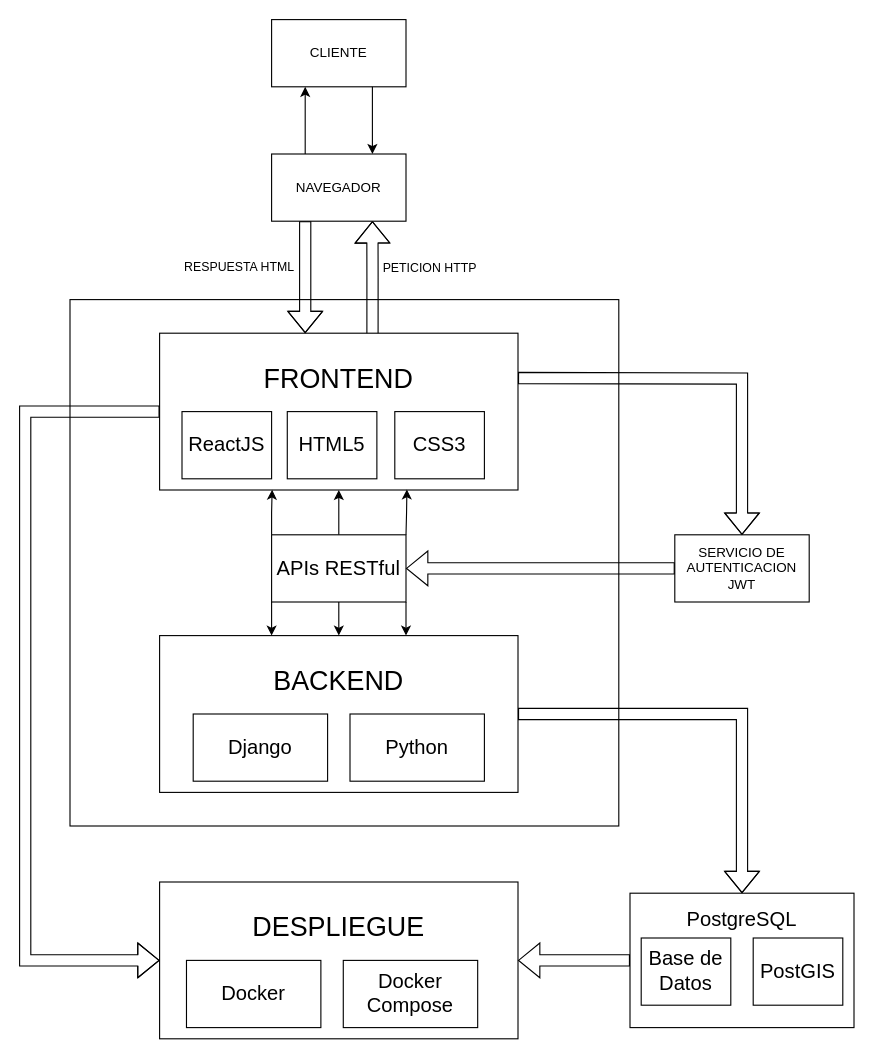
Above: Diagrama Arquitectura de Alto Nivel.drawio in 18luisc/Attenzio (draw.io), before the change. Source tidied: cells renumbered, new cells numbered last; positions are measured from the earlier drawing's top-left corner, leaving out a move shared by most shapes. Both pictures are drawn from the tidied source at 112%, with x=0, y=0 at pixel (25, 19).
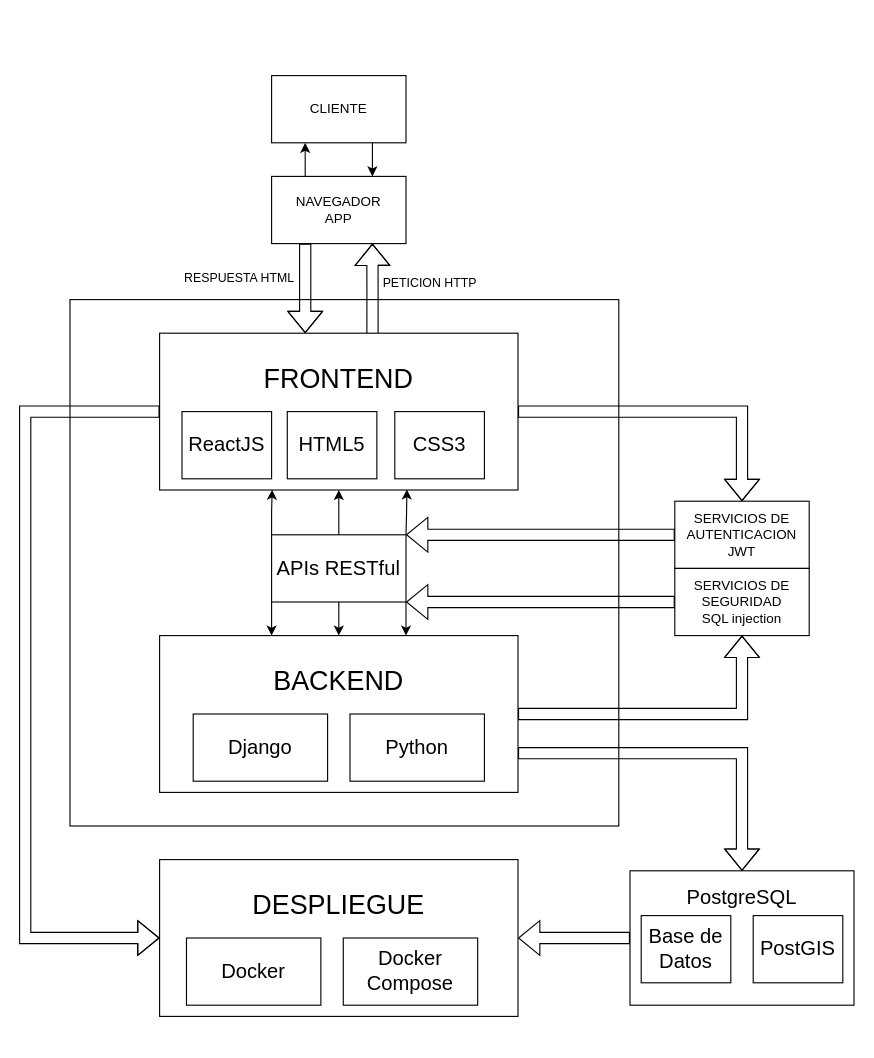
The same diagram, later.

Commit message:
Se agregan servicios de seguridad

Unchanged cells that the change refers to:
```xml
<mxCell id="5" value="&lt;font style=&quot;font-size: 24px;&quot;&gt;FRONTEND&lt;/font&gt;&lt;div&gt;&lt;br&gt;&lt;/div&gt;&lt;div&gt;&lt;br&gt;&lt;/div&gt;&lt;div&gt;&lt;br&gt;&lt;/div&gt;&lt;div&gt;&lt;br&gt;&lt;/div&gt;" style="rounded=0;whiteSpace=wrap;html=1;" parent="1" vertex="1">
  <mxGeometry x="120" y="280" width="320" height="140" as="geometry" />
</mxCell>
<mxCell id="7" value="&lt;div&gt;&lt;span style=&quot;font-size: 24px;&quot;&gt;BACKEND&lt;/span&gt;&lt;/div&gt;&lt;div&gt;&lt;span style=&quot;font-size: 24px;&quot;&gt;&lt;br&gt;&lt;/span&gt;&lt;/div&gt;&lt;div&gt;&lt;span style=&quot;font-size: 24px;&quot;&gt;&lt;br&gt;&lt;/span&gt;&lt;/div&gt;" style="rounded=0;whiteSpace=wrap;html=1;" parent="1" vertex="1">
  <mxGeometry x="120" y="550" width="320" height="140" as="geometry" />
</mxCell>
<mxCell id="11" value="&lt;font style=&quot;font-size: 18px;&quot;&gt;APIs RESTful&lt;/font&gt;" style="rounded=0;whiteSpace=wrap;html=1;" parent="1" vertex="1">
  <mxGeometry x="220" y="460" width="120" height="60" as="geometry" />
</mxCell>
```

Change to the diagram source:
```diff
@@
     <mxCell id="12" value="CLIENTE" style="rounded=0;whiteSpace=wrap;html=1;" parent="1" vertex="1">
-      <mxGeometry x="220" width="120" height="60" as="geometry" />
+      <mxGeometry x="220" y="50" width="120" height="60" as="geometry" />
     </mxCell>
-    <mxCell id="13" value="SERVICIO DE AUTENTICACION&lt;div&gt;JWT&lt;/div&gt;" style="rounded=0;whiteSpace=wrap;html=1;" parent="1" vertex="1">
-      <mxGeometry x="580" y="460" width="120" height="60" as="geometry" />
+    <mxCell id="13" value="SERVICIOS DE AUTENTICACION&lt;div&gt;JWT&lt;/div&gt;" style="rounded=0;whiteSpace=wrap;html=1;" parent="1" vertex="1">
+      <mxGeometry x="580" y="430" width="120" height="60" as="geometry" />
     </mxCell>
@@
-    <mxCell id="15" value="NAVEGADOR" style="rounded=0;whiteSpace=wrap;html=1;" parent="1" vertex="1">
-      <mxGeometry x="220" y="120" width="120" height="60" as="geometry" />
+    <mxCell id="15" value="NAVEGADOR&lt;div&gt;APP&lt;/div&gt;" style="rounded=0;whiteSpace=wrap;html=1;" parent="1" vertex="1">
+      <mxGeometry x="220" y="140" width="120" height="60" as="geometry" />
     </mxCell>
     <mxCell id="16" value="&lt;span style=&quot;font-size: 18px;&quot;&gt;PostgreSQL&lt;/span&gt;&lt;div&gt;&lt;span style=&quot;font-size: 18px;&quot;&gt;&lt;br&gt;&lt;/span&gt;&lt;/div&gt;&lt;div&gt;&lt;span style=&quot;font-size: 18px;&quot;&gt;&lt;br&gt;&lt;/span&gt;&lt;/div&gt;&lt;div&gt;&lt;br&gt;&lt;/div&gt;&lt;div&gt;&lt;br&gt;&lt;/div&gt;" style="rounded=0;whiteSpace=wrap;html=1;" parent="1" vertex="1">
-      <mxGeometry x="540" y="780" width="200" height="120" as="geometry" />
+      <mxGeometry x="540" y="760" width="200" height="120" as="geometry" />
     </mxCell>
@@
     <mxCell id="19" value="RESPUESTA HTML" style="edgeLabel;html=1;align=center;verticalAlign=middle;" parent="1" vertex="1">
-      <mxGeometry x="190" y="220" as="geometry" />
+      <mxGeometry x="190" y="230" as="geometry" />
     </mxCell>
@@
-    <mxCell id="22" style="shape=flexArrow;endArrow=classic;html=1;rounded=0;entryX=0.5;entryY=0;entryDx=0;entryDy=0;edgeStyle=orthogonalEdgeStyle;" parent="1" edge="1" target="13">
-      <mxGeometry relative="1" as="geometry">
-        <mxPoint x="440" y="320" as="sourcePoint" />
-      </mxGeometry>
+    <mxCell id="22" style="shape=flexArrow;endArrow=classic;html=1;rounded=0;entryX=0.5;entryY=0;entryDx=0;entryDy=0;edgeStyle=orthogonalEdgeStyle;exitX=1;exitY=0.5;exitDx=0;exitDy=0;" parent="1" edge="1" source="5" target="13">
+      <mxGeometry relative="1" as="geometry" />
     </mxCell>
@@
-    <mxCell id="27" style="shape=flexArrow;endArrow=classic;html=1;rounded=0;entryX=1;entryY=0.5;entryDx=0;entryDy=0;exitX=0;exitY=0.5;exitDx=0;exitDy=0;" parent="1" edge="1" source="13" target="11">
+    <mxCell id="27" style="shape=flexArrow;endArrow=classic;html=1;rounded=0;entryX=1;entryY=0;entryDx=0;entryDy=0;exitX=0;exitY=0.5;exitDx=0;exitDy=0;" parent="1" edge="1" source="13" target="11">
       <mxGeometry relative="1" as="geometry" />
     </mxCell>
     <mxCell id="28" value="&lt;span style=&quot;font-size: 24px;&quot;&gt;DESPLIEGUE&lt;/span&gt;&lt;div&gt;&lt;span style=&quot;font-size: 24px;&quot;&gt;&lt;br&gt;&lt;/span&gt;&lt;/div&gt;&lt;div&gt;&lt;span style=&quot;font-size: 24px;&quot;&gt;&lt;br&gt;&lt;/span&gt;&lt;/div&gt;" style="rounded=0;whiteSpace=wrap;html=1;" parent="1" vertex="1">
-      <mxGeometry x="120" y="770" width="320" height="140" as="geometry" />
+      <mxGeometry x="120" y="750" width="320" height="140" as="geometry" />
     </mxCell>
     <mxCell id="29" value="&lt;span style=&quot;font-size: 18px;&quot;&gt;Docker&lt;/span&gt;" style="rounded=0;whiteSpace=wrap;html=1;" parent="1" vertex="1">
-      <mxGeometry x="144" y="840" width="120" height="60" as="geometry" />
+      <mxGeometry x="144" y="820" width="120" height="60" as="geometry" />
     </mxCell>
     <mxCell id="30" value="&lt;span style=&quot;font-size: 18px;&quot;&gt;Docker Compose&lt;/span&gt;" style="rounded=0;whiteSpace=wrap;html=1;" parent="1" vertex="1">
-      <mxGeometry x="284" y="840" width="120" height="60" as="geometry" />
+      <mxGeometry x="284" y="820" width="120" height="60" as="geometry" />
     </mxCell>
     <mxCell id="31" value="&lt;font style=&quot;font-size: 18px;&quot;&gt;Base de Datos&lt;/font&gt;" style="rounded=0;whiteSpace=wrap;html=1;" parent="1" vertex="1">
-      <mxGeometry x="550" y="820" width="80" height="60" as="geometry" />
+      <mxGeometry x="550" y="800" width="80" height="60" as="geometry" />
     </mxCell>
     <mxCell id="32" value="&lt;font style=&quot;font-size: 18px;&quot;&gt;PostGIS&lt;/font&gt;" style="rounded=0;whiteSpace=wrap;html=1;" parent="1" vertex="1">
-      <mxGeometry x="650" y="820" width="80" height="60" as="geometry" />
+      <mxGeometry x="650" y="800" width="80" height="60" as="geometry" />
     </mxCell>
@@
-    <mxCell id="34" style="shape=flexArrow;endArrow=classic;html=1;rounded=0;exitX=1;exitY=0.5;exitDx=0;exitDy=0;entryX=0.5;entryY=0;entryDx=0;entryDy=0;edgeStyle=orthogonalEdgeStyle;" parent="1" edge="1" source="7" target="16">
+    <mxCell id="34" style="shape=flexArrow;endArrow=classic;html=1;rounded=0;exitX=1;exitY=0.75;exitDx=0;exitDy=0;entryX=0.5;entryY=0;entryDx=0;entryDy=0;edgeStyle=orthogonalEdgeStyle;" parent="1" edge="1" source="7" target="16">
       <mxGeometry relative="1" as="geometry" />
     </mxCell>
@@
-    <mxCell id="36" style="shape=flexArrow;endArrow=classic;html=1;rounded=0;entryX=0;entryY=0.5;entryDx=0;entryDy=0;exitX=0;exitY=0.5;exitDx=0;exitDy=0;edgeStyle=orthogonalEdgeStyle;" parent="1" edge="1" source="5" target="28">
+    <mxCell id="36" style="shape=flexArrow;endArrow=classic;html=1;rounded=0;exitX=0;exitY=0.5;exitDx=0;exitDy=0;edgeStyle=orthogonalEdgeStyle;entryX=0;entryY=0.5;entryDx=0;entryDy=0;" parent="1" edge="1" source="5" target="28">
       <mxGeometry relative="1" as="geometry">
         <Array as="points">
           <mxPoint y="350" />
-          <mxPoint y="840" />
+          <mxPoint y="820" />
         </Array>
       </mxGeometry>
     </mxCell>
+    <mxCell id="37" value="SERVICIOS DE SEGURIDAD&lt;div&gt;SQL injection&lt;/div&gt;" style="rounded=0;whiteSpace=wrap;html=1;" parent="1" vertex="1">
+      <mxGeometry x="580" y="490" width="120" height="60" as="geometry" />
+    </mxCell>
+    <mxCell id="38" style="shape=flexArrow;endArrow=classic;html=1;rounded=0;entryX=1;entryY=1;entryDx=0;entryDy=0;exitX=0;exitY=0.5;exitDx=0;exitDy=0;" parent="1" edge="1" source="37" target="11">
+      <mxGeometry relative="1" as="geometry" />
+    </mxCell>
+    <mxCell id="39" style="shape=flexArrow;endArrow=classic;html=1;rounded=0;exitX=1;exitY=0.5;exitDx=0;exitDy=0;entryX=0.5;entryY=1;entryDx=0;entryDy=0;edgeStyle=orthogonalEdgeStyle;" parent="1" edge="1" source="7" target="37">
+      <mxGeometry relative="1" as="geometry" />
+    </mxCell>
```
